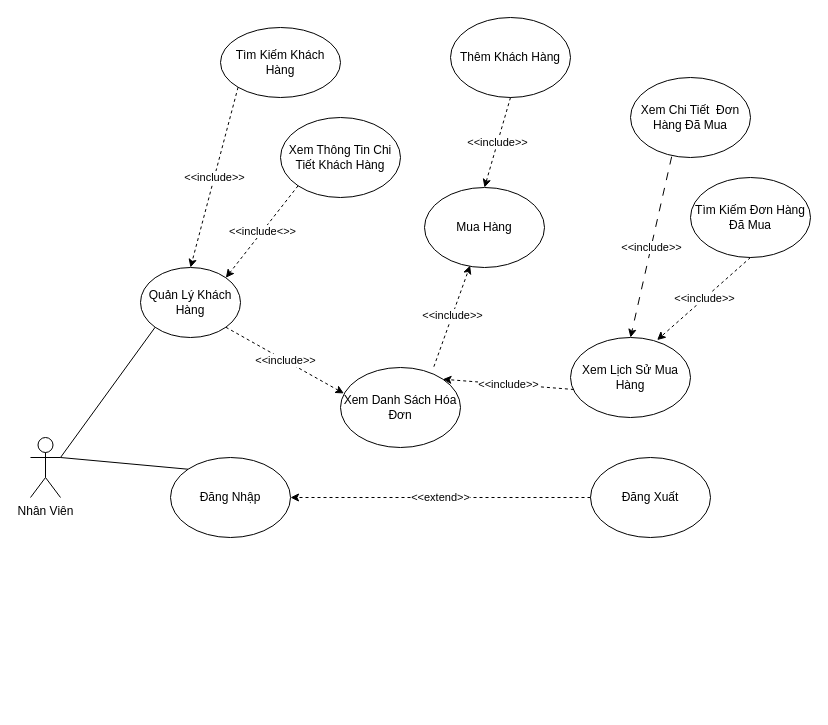
maivantai2003/Database keeps this draw.io diagram as UseCase.drawio. Above is the earlier version. Source tidied: cells renumbered, new cells numbered last; positions are measured from the earlier drawing's top-left corner, leaving out a move shared by most shapes. Both pictures are drawn from the tidied source at 100%, with x=0, y=0 at pixel (30, 17).
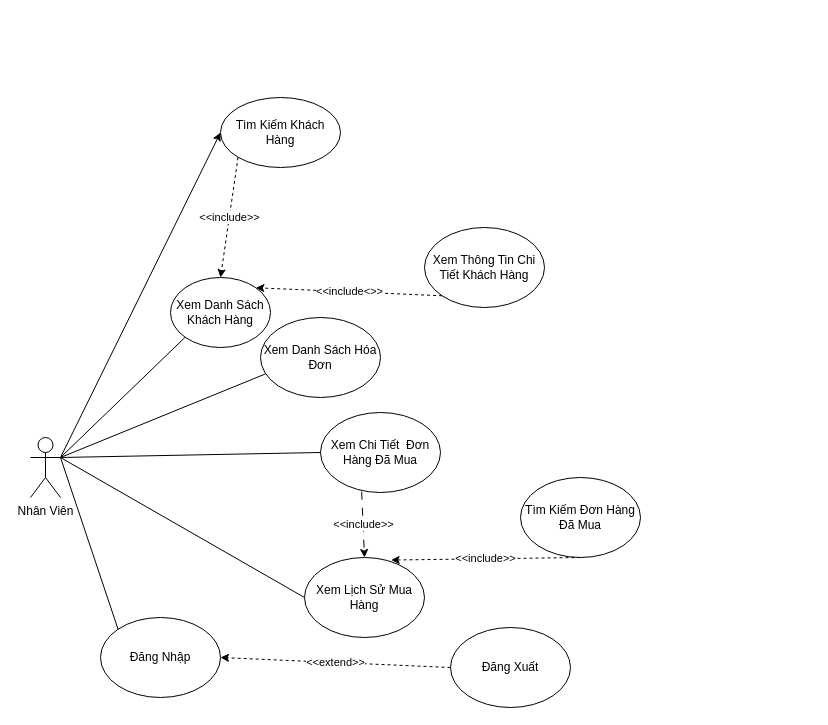
After the change.

Commit message:
Cập nhật UseCase.drawio

The change refers to these unchanged cells:
```xml
<mxCell id="2" value="Nhân Viên" style="shape=umlActor;verticalLabelPosition=bottom;verticalAlign=top;html=1;outlineConnect=0;" parent="1" vertex="1">
  <mxGeometry y="420" width="30" height="60" as="geometry" />
</mxCell>
```

Change to the diagram source:
```diff
@@
-    <mxCell id="3" value="Quản Lý Khách Hàng" style="ellipse;whiteSpace=wrap;html=1;" parent="1" vertex="1">
-      <mxGeometry x="110" y="250" width="100" height="70" as="geometry" />
+    <mxCell id="3" value="Xem Danh Sách Khách Hàng" style="ellipse;whiteSpace=wrap;html=1;" parent="1" vertex="1">
+      <mxGeometry x="140" y="260" width="100" height="70" as="geometry" />
     </mxCell>
     <mxCell id="4" value="Tìm Kiếm Khách Hàng" style="ellipse;whiteSpace=wrap;html=1;" parent="1" vertex="1">
-      <mxGeometry x="190" y="10" width="120" height="70" as="geometry" />
+      <mxGeometry x="190" y="80" width="120" height="70" as="geometry" />
     </mxCell>
     <mxCell id="5" value="Đăng Nhập" style="ellipse;whiteSpace=wrap;html=1;" parent="1" vertex="1">
-      <mxGeometry x="140" y="440" width="120" height="80" as="geometry" />
+      <mxGeometry x="70" y="600" width="120" height="80" as="geometry" />
     </mxCell>
@@
     <mxCell id="7" value="Đăng Xuất" style="ellipse;whiteSpace=wrap;html=1;" parent="1" vertex="1">
-      <mxGeometry x="560" y="440" width="120" height="80" as="geometry" />
+      <mxGeometry x="420" y="610" width="120" height="80" as="geometry" />
     </mxCell>
@@
     <mxCell id="10" value="Xem Thông Tin Chi Tiết Khách Hàng" style="ellipse;whiteSpace=wrap;html=1;" parent="1" vertex="1">
-      <mxGeometry x="250" y="100" width="120" height="80" as="geometry" />
+      <mxGeometry x="394" y="210" width="120" height="80" as="geometry" />
     </mxCell>
     <mxCell id="11" value="Xem Lịch Sử Mua Hàng" style="ellipse;whiteSpace=wrap;html=1;" parent="1" vertex="1">
-      <mxGeometry x="540" y="320" width="120" height="80" as="geometry" />
+      <mxGeometry x="274" y="540" width="120" height="80" as="geometry" />
     </mxCell>
     <mxCell id="12" value="Xem Chi Tiết&amp;nbsp; Đơn Hàng Đã Mua" style="ellipse;whiteSpace=wrap;html=1;" parent="1" vertex="1">
-      <mxGeometry x="600" y="60" width="120" height="80" as="geometry" />
+      <mxGeometry x="290" y="395" width="120" height="80" as="geometry" />
     </mxCell>
     <mxCell id="13" value="Xem Danh Sách Hóa Đơn" style="ellipse;whiteSpace=wrap;html=1;" parent="1" vertex="1">
-      <mxGeometry x="310" y="350" width="120" height="80" as="geometry" />
+      <mxGeometry x="230" y="300" width="120" height="80" as="geometry" />
     </mxCell>
-    <mxCell id="14" value="&amp;lt;&amp;lt;include&amp;gt;&amp;gt;" style="endArrow=classic;html=1;rounded=0;exitX=1;exitY=1;exitDx=0;exitDy=0;entryX=0.028;entryY=0.324;entryDx=0;entryDy=0;entryPerimeter=0;dashed=1;" parent="1" edge="1" source="3" target="13">
-      <mxGeometry relative="1" as="geometry" />
-    </mxCell>
@@
-    <mxCell id="16" value="&amp;lt;&amp;lt;include&amp;gt;&amp;gt;" style="endArrow=classic;html=1;rounded=0;entryX=1;entryY=0;entryDx=0;entryDy=0;exitX=0.028;exitY=0.65;exitDx=0;exitDy=0;exitPerimeter=0;dashed=1;" parent="1" edge="1" source="11" target="13">
-      <mxGeometry relative="1" as="geometry" />
-    </mxCell>
@@
     <mxCell id="19" value="Tìm Kiếm Đơn Hàng Đã Mua" style="ellipse;whiteSpace=wrap;html=1;" parent="1" vertex="1">
-      <mxGeometry x="660" y="160" width="120" height="80" as="geometry" />
+      <mxGeometry x="490" y="460" width="120" height="80" as="geometry" />
     </mxCell>
@@
-    <mxCell id="21" value="Mua Hàng" style="ellipse;whiteSpace=wrap;html=1;" parent="1" vertex="1">
-      <mxGeometry x="394" y="170" width="120" height="80" as="geometry" />
-    </mxCell>
-    <mxCell id="22" value="&amp;lt;&amp;lt;include&amp;gt;&amp;gt;" style="endArrow=classic;html=1;rounded=0;entryX=0.38;entryY=0.976;entryDx=0;entryDy=0;entryPerimeter=0;dashed=1;exitX=0.778;exitY=-0.01;exitDx=0;exitDy=0;exitPerimeter=0;" parent="1" edge="1" source="13" target="21">
-      <mxGeometry relative="1" as="geometry" />
-    </mxCell>
-    <mxCell id="23" value="Thêm Khách Hàng" style="ellipse;whiteSpace=wrap;html=1;" parent="1" vertex="1">
-      <mxGeometry x="420" width="120" height="80" as="geometry" />
-    </mxCell>
-    <mxCell id="24" value="&amp;lt;&amp;lt;include&amp;gt;&amp;gt;" style="endArrow=classic;html=1;rounded=0;exitX=0.5;exitY=1;exitDx=0;exitDy=0;entryX=0.5;entryY=0;entryDx=0;entryDy=0;dashed=1;" parent="1" edge="1" source="23" target="21">
-      <mxGeometry relative="1" as="geometry" />
-    </mxCell>
+    <mxCell id="25" style="endArrow=classic;html=1;rounded=0;exitX=1;exitY=0.3333333333333333;exitDx=0;exitDy=0;exitPerimeter=0;entryX=0;entryY=0.5;entryDx=0;entryDy=0;" parent="1" edge="1" source="2" target="4">
+      <mxGeometry relative="1" as="geometry" />
+    </mxCell>
+    <mxCell id="26" style="endArrow=none;html=1;rounded=0;exitX=1;exitY=0.3333333333333333;exitDx=0;exitDy=0;exitPerimeter=0;entryX=0;entryY=0.5;entryDx=0;entryDy=0;endFill=0;" parent="1" edge="1" source="2" target="11">
+      <mxGeometry relative="1" as="geometry" />
+    </mxCell>
+    <mxCell id="27" style="endArrow=none;html=1;rounded=0;entryX=0;entryY=0.5;entryDx=0;entryDy=0;endFill=0;" parent="1" edge="1" target="12">
+      <mxGeometry relative="1" as="geometry">
+        <mxPoint x="30" y="440" as="sourcePoint" />
+      </mxGeometry>
+    </mxCell>
+    <mxCell id="28" style="endArrow=none;html=1;rounded=0;exitX=1;exitY=0.3333333333333333;exitDx=0;exitDy=0;exitPerimeter=0;entryX=0.042;entryY=0.705;entryDx=0;entryDy=0;entryPerimeter=0;endFill=0;" parent="1" edge="1" source="2" target="13">
+      <mxGeometry relative="1" as="geometry" />
+    </mxCell>
```
